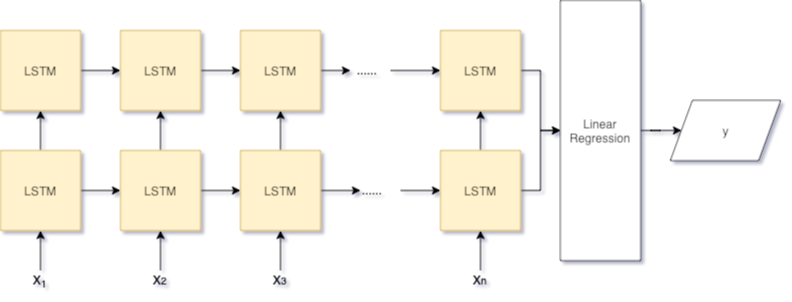
Above: Latex/lstm.png in louiswang01/deep-learning-for-futures-trading (draw.io), before the change. Source tidied: cells renumbered, new cells last; positions are measured from the earlier drawing's top-left corner, leaving out a move shared by most shapes. The source it was exported from:
```xml
<mxGraphModel>
  <root>
    <mxCell id="0" />
    <mxCell id="1" parent="0" />
    <mxCell id="2" style="edgeStyle=orthogonalEdgeStyle;rounded=0;jettySize=auto;html=1;exitX=0.5;exitY=0;exitDx=0;exitDy=0;entryX=0.5;entryY=1;entryDx=0;entryDy=0;" parent="1" edge="1" source="4" target="25">
      <mxGeometry relative="1" as="geometry" />
    </mxCell>
    <mxCell id="3" style="edgeStyle=orthogonalEdgeStyle;rounded=0;jettySize=auto;html=1;" parent="1" edge="1" source="4" target="9">
      <mxGeometry relative="1" as="geometry" />
    </mxCell>
    <mxCell id="4" value="LSTM" style="whiteSpace=wrap;html=1;fillColor=#fff2cc;strokeColor=#d6b656;" parent="1" vertex="1">
      <mxGeometry y="150" width="80" height="80" as="geometry" />
    </mxCell>
    <mxCell id="5" style="endArrow=classic;html=1;entryX=0.5;entryY=1;entryDx=0;entryDy=0;" parent="1" edge="1" target="4">
      <mxGeometry relative="1" as="geometry">
        <mxPoint x="40" y="270" as="sourcePoint" />
      </mxGeometry>
    </mxCell>
    <mxCell id="6" value="X&lt;sub&gt;1&lt;/sub&gt;" style="text;html=1;align=center;verticalAlign=top;spacingTop=-4;" parent="1" vertex="1">
      <mxGeometry x="25" y="270" width="30" height="20" as="geometry" />
    </mxCell>
    <mxCell id="7" style="edgeStyle=orthogonalEdgeStyle;rounded=0;jettySize=auto;html=1;entryX=0.5;entryY=1;entryDx=0;entryDy=0;" parent="1" edge="1" source="9" target="27">
      <mxGeometry relative="1" as="geometry" />
    </mxCell>
    <mxCell id="8" style="edgeStyle=orthogonalEdgeStyle;rounded=0;jettySize=auto;html=1;" parent="1" edge="1" source="9" target="14">
      <mxGeometry relative="1" as="geometry" />
    </mxCell>
    <mxCell id="9" value="LSTM" style="whiteSpace=wrap;html=1;fillColor=#fff2cc;strokeColor=#d6b656;" parent="1" vertex="1">
      <mxGeometry x="120" y="150" width="80" height="80" as="geometry" />
    </mxCell>
    <mxCell id="10" style="endArrow=classic;html=1;entryX=0.5;entryY=1;entryDx=0;entryDy=0;" parent="1" edge="1" target="9">
      <mxGeometry relative="1" as="geometry">
        <mxPoint x="160" y="270" as="sourcePoint" />
      </mxGeometry>
    </mxCell>
    <mxCell id="11" value="X&lt;font size=&quot;1&quot;&gt;2&lt;/font&gt;" style="text;html=1;points=[];align=center;verticalAlign=top;spacingTop=-4;" parent="1" vertex="1">
      <mxGeometry x="145" y="270" width="30" height="20" as="geometry" />
    </mxCell>
    <mxCell id="12" style="edgeStyle=orthogonalEdgeStyle;rounded=0;jettySize=auto;html=1;entryX=0.5;entryY=1;entryDx=0;entryDy=0;" parent="1" edge="1" source="14" target="29">
      <mxGeometry relative="1" as="geometry" />
    </mxCell>
    <mxCell id="13" style="edgeStyle=orthogonalEdgeStyle;rounded=0;jettySize=auto;html=1;" parent="1" edge="1" source="14">
      <mxGeometry relative="1" as="geometry">
        <mxPoint x="360" y="190" as="targetPoint" />
      </mxGeometry>
    </mxCell>
    <mxCell id="14" value="LSTM" style="whiteSpace=wrap;html=1;fillColor=#fff2cc;strokeColor=#d6b656;" parent="1" vertex="1">
      <mxGeometry x="240" y="150" width="80" height="80" as="geometry" />
    </mxCell>
    <mxCell id="15" style="endArrow=classic;html=1;entryX=0.5;entryY=1;entryDx=0;entryDy=0;" parent="1" edge="1" target="14">
      <mxGeometry relative="1" as="geometry">
        <mxPoint x="280" y="270" as="sourcePoint" />
      </mxGeometry>
    </mxCell>
    <mxCell id="16" value="X&lt;font size=&quot;1&quot;&gt;3&lt;/font&gt;" style="text;html=1;align=center;verticalAlign=top;spacingTop=-4;" parent="1" vertex="1">
      <mxGeometry x="265" y="270" width="30" height="20" as="geometry" />
    </mxCell>
    <mxCell id="17" style="edgeStyle=orthogonalEdgeStyle;rounded=0;jettySize=auto;html=1;entryX=0.5;entryY=1;entryDx=0;entryDy=0;" parent="1" edge="1" source="19" target="31">
      <mxGeometry relative="1" as="geometry" />
    </mxCell>
    <mxCell id="18" style="edgeStyle=orthogonalEdgeStyle;rounded=0;jettySize=auto;html=1;" parent="1" edge="1" source="19" target="23">
      <mxGeometry relative="1" as="geometry" />
    </mxCell>
    <mxCell id="19" value="LSTM" style="whiteSpace=wrap;html=1;fillColor=#fff2cc;strokeColor=#d6b656;" parent="1" vertex="1">
      <mxGeometry x="440" y="150" width="80" height="80" as="geometry" />
    </mxCell>
    <mxCell id="20" style="endArrow=classic;html=1;entryX=0.5;entryY=1;entryDx=0;entryDy=0;" parent="1" edge="1" target="19">
      <mxGeometry relative="1" as="geometry">
        <mxPoint x="480" y="270" as="sourcePoint" />
      </mxGeometry>
    </mxCell>
    <mxCell id="21" value="X&lt;font size=&quot;1&quot;&gt;n&lt;/font&gt;" style="text;html=1;align=center;verticalAlign=top;spacingTop=-4;" parent="1" vertex="1">
      <mxGeometry x="465" y="270" width="30" height="20" as="geometry" />
    </mxCell>
    <mxCell id="22" style="edgeStyle=orthogonalEdgeStyle;rounded=0;jettySize=auto;html=1;" parent="1" edge="1" source="23" target="32">
      <mxGeometry relative="1" as="geometry" />
    </mxCell>
    <mxCell id="23" value="Linear Regression" style="rounded=0;whiteSpace=wrap;html=1;align=center;" parent="1" vertex="1">
      <mxGeometry x="560" width="80" height="260" as="geometry" />
    </mxCell>
    <mxCell id="24" style="edgeStyle=orthogonalEdgeStyle;rounded=0;jettySize=auto;html=1;" parent="1" edge="1" source="25" target="27">
      <mxGeometry relative="1" as="geometry" />
    </mxCell>
    <mxCell id="25" value="LSTM" style="whiteSpace=wrap;html=1;fillColor=#fff2cc;strokeColor=#d6b656;" parent="1" vertex="1">
      <mxGeometry y="30" width="80" height="80" as="geometry" />
    </mxCell>
    <mxCell id="26" style="edgeStyle=orthogonalEdgeStyle;rounded=0;jettySize=auto;html=1;" parent="1" edge="1" source="27" target="29">
      <mxGeometry relative="1" as="geometry" />
    </mxCell>
    <mxCell id="27" value="LSTM" style="whiteSpace=wrap;html=1;fillColor=#fff2cc;strokeColor=#d6b656;" parent="1" vertex="1">
      <mxGeometry x="120" y="30" width="80" height="80" as="geometry" />
    </mxCell>
    <mxCell id="28" style="edgeStyle=orthogonalEdgeStyle;rounded=0;jettySize=auto;html=1;exitX=1;exitY=0.5;exitDx=0;exitDy=0;" parent="1" edge="1" source="29">
      <mxGeometry relative="1" as="geometry">
        <mxPoint x="350" y="70" as="targetPoint" />
      </mxGeometry>
    </mxCell>
    <mxCell id="29" value="LSTM" style="whiteSpace=wrap;html=1;fillColor=#fff2cc;strokeColor=#d6b656;" parent="1" vertex="1">
      <mxGeometry x="240" y="30" width="80" height="80" as="geometry" />
    </mxCell>
    <mxCell id="30" style="edgeStyle=orthogonalEdgeStyle;rounded=0;jettySize=auto;html=1;exitX=1;exitY=0.5;exitDx=0;exitDy=0;entryX=0;entryY=0.5;entryDx=0;entryDy=0;" parent="1" edge="1" source="31" target="23">
      <mxGeometry relative="1" as="geometry" />
    </mxCell>
    <mxCell id="31" value="LSTM" style="whiteSpace=wrap;html=1;fillColor=#fff2cc;strokeColor=#d6b656;" parent="1" vertex="1">
      <mxGeometry x="440" y="30" width="80" height="80" as="geometry" />
    </mxCell>
    <mxCell id="32" value="y" style="shape=parallelogram;perimeter=parallelogramPerimeter;whiteSpace=wrap;html=1;align=center;" parent="1" vertex="1">
      <mxGeometry x="670" y="100" width="110" height="60" as="geometry" />
    </mxCell>
    <mxCell id="33" style="edgeStyle=orthogonalEdgeStyle;rounded=0;jettySize=auto;html=1;entryX=0;entryY=0.5;entryDx=0;entryDy=0;" parent="1" edge="1" target="31">
      <mxGeometry relative="1" as="geometry">
        <mxPoint x="390" y="70" as="sourcePoint" />
      </mxGeometry>
    </mxCell>
    <mxCell id="34" style="edgeStyle=orthogonalEdgeStyle;rounded=0;jettySize=auto;html=1;entryX=0;entryY=0.5;entryDx=0;entryDy=0;" parent="1" edge="1" target="19">
      <mxGeometry relative="1" as="geometry">
        <mxPoint x="400" y="190" as="sourcePoint" />
      </mxGeometry>
    </mxCell>
    <mxCell id="35" value="......" style="text;html=1;align=left;verticalAlign=top;spacingTop=-4;" parent="1" vertex="1">
      <mxGeometry x="360" y="180" width="40" height="20" as="geometry" />
    </mxCell>
    <mxCell id="36" value="......" style="text;html=1;align=left;verticalAlign=top;spacingTop=-4;" parent="1" vertex="1">
      <mxGeometry x="355" y="60" width="40" height="20" as="geometry" />
    </mxCell>
  </root>
</mxGraphModel>
```
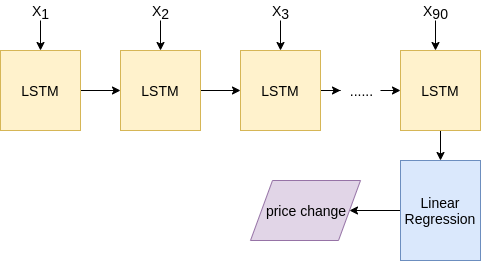
After the commit.

Diff of the diagram source:
```diff
@@ -2,126 +2,78 @@
   <root>
     <mxCell id="0" />
     <mxCell id="1" parent="0" />
-    <mxCell id="2" style="edgeStyle=orthogonalEdgeStyle;rounded=0;jettySize=auto;html=1;exitX=0.5;exitY=0;exitDx=0;exitDy=0;entryX=0.5;entryY=1;entryDx=0;entryDy=0;" parent="1" edge="1" source="4" target="25">
+    <mxCell id="2" style="edgeStyle=orthogonalEdgeStyle;rounded=0;jettySize=auto;html=1;fontSize=14;" parent="1" edge="1" source="3" target="7">
       <mxGeometry relative="1" as="geometry" />
     </mxCell>
-    <mxCell id="3" style="edgeStyle=orthogonalEdgeStyle;rounded=0;jettySize=auto;html=1;" parent="1" edge="1" source="4" target="9">
-      <mxGeometry relative="1" as="geometry" />
+    <mxCell id="3" value="LSTM" style="whiteSpace=wrap;html=1;fillColor=#fff2cc;strokeColor=#d6b656;fontSize=14;" parent="1" vertex="1">
+      <mxGeometry x="40" y="90" width="80" height="80" as="geometry" />
     </mxCell>
-    <mxCell id="4" value="LSTM" style="whiteSpace=wrap;html=1;fillColor=#fff2cc;strokeColor=#d6b656;" parent="1" vertex="1">
-      <mxGeometry y="150" width="80" height="80" as="geometry" />
+    <mxCell id="4" style="endArrow=classic;html=1;entryX=0.5;entryY=0;entryDx=0;entryDy=0;fontSize=14;" parent="1" edge="1" source="5" target="3">
+      <mxGeometry relative="1" as="geometry" />
     </mxCell>
-    <mxCell id="5" style="endArrow=classic;html=1;entryX=0.5;entryY=1;entryDx=0;entryDy=0;" parent="1" edge="1" target="4">
-      <mxGeometry relative="1" as="geometry">
-        <mxPoint x="40" y="270" as="sourcePoint" />
-      </mxGeometry>
+    <mxCell id="5" value="X&lt;span style=&quot;font-size: 14px;&quot;&gt;&lt;sub style=&quot;font-size: 14px;&quot;&gt;1&lt;/sub&gt;&lt;/span&gt;" style="text;html=1;points=[];align=center;verticalAlign=top;spacingTop=-4;fontSize=14;" parent="1" vertex="1">
+      <mxGeometry x="65" y="40" width="30" height="20" as="geometry" />
     </mxCell>
-    <mxCell id="6" value="X&lt;sub&gt;1&lt;/sub&gt;" style="text;html=1;align=center;verticalAlign=top;spacingTop=-4;" parent="1" vertex="1">
-      <mxGeometry x="25" y="270" width="30" height="20" as="geometry" />
+    <mxCell id="6" style="edgeStyle=orthogonalEdgeStyle;rounded=0;jettySize=auto;html=1;fontSize=14;" parent="1" edge="1" source="7" target="9">
+      <mxGeometry relative="1" as="geometry" />
     </mxCell>
-    <mxCell id="7" style="edgeStyle=orthogonalEdgeStyle;rounded=0;jettySize=auto;html=1;entryX=0.5;entryY=1;entryDx=0;entryDy=0;" parent="1" edge="1" source="9" target="27">
-      <mxGeometry relative="1" as="geometry" />
+    <mxCell id="7" value="LSTM" style="whiteSpace=wrap;html=1;fillColor=#fff2cc;strokeColor=#d6b656;fontSize=14;" parent="1" vertex="1">
+      <mxGeometry x="160" y="90" width="80" height="80" as="geometry" />
     </mxCell>
-    <mxCell id="8" style="edgeStyle=orthogonalEdgeStyle;rounded=0;jettySize=auto;html=1;" parent="1" edge="1" source="9" target="14">
-      <mxGeometry relative="1" as="geometry" />
+    <mxCell id="8" style="edgeStyle=orthogonalEdgeStyle;rounded=0;jettySize=auto;html=1;fontSize=14;" parent="1" edge="1" source="9">
+      <mxGeometry relative="1" as="geometry">
+        <mxPoint x="380" y="130" as="targetPoint" />
+      </mxGeometry>
     </mxCell>
-    <mxCell id="9" value="LSTM" style="whiteSpace=wrap;html=1;fillColor=#fff2cc;strokeColor=#d6b656;" parent="1" vertex="1">
-      <mxGeometry x="120" y="150" width="80" height="80" as="geometry" />
+    <mxCell id="9" value="LSTM" style="whiteSpace=wrap;html=1;fillColor=#fff2cc;strokeColor=#d6b656;fontSize=14;" parent="1" vertex="1">
+      <mxGeometry x="280" y="90" width="80" height="80" as="geometry" />
     </mxCell>
-    <mxCell id="10" style="endArrow=classic;html=1;entryX=0.5;entryY=1;entryDx=0;entryDy=0;" parent="1" edge="1" target="9">
-      <mxGeometry relative="1" as="geometry">
-        <mxPoint x="160" y="270" as="sourcePoint" />
-      </mxGeometry>
+    <mxCell id="10" style="edgeStyle=orthogonalEdgeStyle;rounded=0;jettySize=auto;html=1;fontSize=14;" parent="1" edge="1" source="11" target="13">
+      <mxGeometry relative="1" as="geometry" />
     </mxCell>
-    <mxCell id="11" value="X&lt;font size=&quot;1&quot;&gt;2&lt;/font&gt;" style="text;html=1;points=[];align=center;verticalAlign=top;spacingTop=-4;" parent="1" vertex="1">
-      <mxGeometry x="145" y="270" width="30" height="20" as="geometry" />
+    <mxCell id="11" value="LSTM" style="whiteSpace=wrap;html=1;fillColor=#fff2cc;strokeColor=#d6b656;fontSize=14;" parent="1" vertex="1">
+      <mxGeometry x="440" y="90" width="80" height="80" as="geometry" />
     </mxCell>
-    <mxCell id="12" style="edgeStyle=orthogonalEdgeStyle;rounded=0;jettySize=auto;html=1;entryX=0.5;entryY=1;entryDx=0;entryDy=0;" parent="1" edge="1" source="14" target="29">
+    <mxCell id="12" style="edgeStyle=orthogonalEdgeStyle;rounded=0;jettySize=auto;html=1;fontSize=14;" parent="1" edge="1" source="13" target="14">
       <mxGeometry relative="1" as="geometry" />
     </mxCell>
-    <mxCell id="13" style="edgeStyle=orthogonalEdgeStyle;rounded=0;jettySize=auto;html=1;" parent="1" edge="1" source="14">
-      <mxGeometry relative="1" as="geometry">
-        <mxPoint x="360" y="190" as="targetPoint" />
-      </mxGeometry>
+    <mxCell id="13" value="Linear Regression" style="rounded=0;whiteSpace=wrap;html=1;align=center;fontSize=14;fillColor=#dae8fc;strokeColor=#6c8ebf;" parent="1" vertex="1">
+      <mxGeometry x="440" y="200" width="80" height="100" as="geometry" />
     </mxCell>
-    <mxCell id="14" value="LSTM" style="whiteSpace=wrap;html=1;fillColor=#fff2cc;strokeColor=#d6b656;" parent="1" vertex="1">
-      <mxGeometry x="240" y="150" width="80" height="80" as="geometry" />
+    <mxCell id="14" value="price change" style="shape=parallelogram;perimeter=parallelogramPerimeter;whiteSpace=wrap;html=1;align=center;fontSize=14;labelBackgroundColor=none;fillColor=#e1d5e7;strokeColor=#9673a6;" parent="1" vertex="1">
+      <mxGeometry x="290" y="220" width="110" height="60" as="geometry" />
     </mxCell>
-    <mxCell id="15" style="endArrow=classic;html=1;entryX=0.5;entryY=1;entryDx=0;entryDy=0;" parent="1" edge="1" target="14">
+    <mxCell id="15" style="edgeStyle=orthogonalEdgeStyle;rounded=0;jettySize=auto;html=1;entryX=0;entryY=0.5;entryDx=0;entryDy=0;fontSize=14;" parent="1" edge="1" target="11">
       <mxGeometry relative="1" as="geometry">
-        <mxPoint x="280" y="270" as="sourcePoint" />
+        <mxPoint x="420" y="130" as="sourcePoint" />
       </mxGeometry>
     </mxCell>
-    <mxCell id="16" value="X&lt;font size=&quot;1&quot;&gt;3&lt;/font&gt;" style="text;html=1;align=center;verticalAlign=top;spacingTop=-4;" parent="1" vertex="1">
-      <mxGeometry x="265" y="270" width="30" height="20" as="geometry" />
+    <mxCell id="16" value="&amp;nbsp; ......" style="text;html=1;align=left;verticalAlign=top;spacingTop=-4;fontSize=14;" parent="1" vertex="1">
+      <mxGeometry x="380" y="120" width="50" height="20" as="geometry" />
     </mxCell>
-    <mxCell id="17" style="edgeStyle=orthogonalEdgeStyle;rounded=0;jettySize=auto;html=1;entryX=0.5;entryY=1;entryDx=0;entryDy=0;" parent="1" edge="1" source="19" target="31">
-      <mxGeometry relative="1" as="geometry" />
+    <mxCell id="17" style="endArrow=classic;html=1;entryX=0.5;entryY=0;entryDx=0;entryDy=0;fontSize=14;" parent="1" edge="1" source="18">
+      <mxGeometry relative="1" as="geometry">
+        <mxPoint x="200" y="90" as="targetPoint" />
+      </mxGeometry>
     </mxCell>
-    <mxCell id="18" style="edgeStyle=orthogonalEdgeStyle;rounded=0;jettySize=auto;html=1;" parent="1" edge="1" source="19" target="23">
-      <mxGeometry relative="1" as="geometry" />
+    <mxCell id="18" value="X&lt;span style=&quot;font-size: 14px;&quot;&gt;&lt;sub style=&quot;font-size: 14px;&quot;&gt;2&lt;/sub&gt;&lt;/span&gt;" style="text;html=1;points=[];align=center;verticalAlign=top;spacingTop=-4;fontSize=14;" parent="1" vertex="1">
+      <mxGeometry x="185" y="40" width="30" height="20" as="geometry" />
     </mxCell>
-    <mxCell id="19" value="LSTM" style="whiteSpace=wrap;html=1;fillColor=#fff2cc;strokeColor=#d6b656;" parent="1" vertex="1">
-      <mxGeometry x="440" y="150" width="80" height="80" as="geometry" />
+    <mxCell id="19" style="endArrow=classic;html=1;entryX=0.5;entryY=0;entryDx=0;entryDy=0;fontSize=14;" parent="1" edge="1" source="20">
+      <mxGeometry relative="1" as="geometry">
+        <mxPoint x="320" y="90" as="targetPoint" />
+      </mxGeometry>
     </mxCell>
-    <mxCell id="20" style="endArrow=classic;html=1;entryX=0.5;entryY=1;entryDx=0;entryDy=0;" parent="1" edge="1" target="19">
-      <mxGeometry relative="1" as="geometry">
-        <mxPoint x="480" y="270" as="sourcePoint" />
-      </mxGeometry>
+    <mxCell id="20" value="X&lt;span style=&quot;font-size: 14px;&quot;&gt;&lt;sub style=&quot;font-size: 14px;&quot;&gt;3&lt;/sub&gt;&lt;/span&gt;" style="text;html=1;points=[];align=center;verticalAlign=top;spacingTop=-4;fontSize=14;" parent="1" vertex="1">
+      <mxGeometry x="305" y="40" width="30" height="20" as="geometry" />
     </mxCell>
-    <mxCell id="21" value="X&lt;font size=&quot;1&quot;&gt;n&lt;/font&gt;" style="text;html=1;align=center;verticalAlign=top;spacingTop=-4;" parent="1" vertex="1">
-      <mxGeometry x="465" y="270" width="30" height="20" as="geometry" />
+    <mxCell id="21" style="endArrow=classic;html=1;entryX=0.5;entryY=0;entryDx=0;entryDy=0;fontSize=14;" parent="1" edge="1" source="22">
+      <mxGeometry relative="1" as="geometry">
+        <mxPoint x="475" y="90" as="targetPoint" />
+      </mxGeometry>
     </mxCell>
-    <mxCell id="22" style="edgeStyle=orthogonalEdgeStyle;rounded=0;jettySize=auto;html=1;" parent="1" edge="1" source="23" target="32">
-      <mxGeometry relative="1" as="geometry" />
+    <mxCell id="22" value="X&lt;span style=&quot;font-size: 14px;&quot;&gt;&lt;sub style=&quot;font-size: 14px;&quot;&gt;90&lt;/sub&gt;&lt;/span&gt;" style="text;html=1;points=[];align=center;verticalAlign=top;spacingTop=-4;fontSize=14;" parent="1" vertex="1">
+      <mxGeometry x="455" y="40" width="40" height="20" as="geometry" />
     </mxCell>
-    <mxCell id="23" value="Linear Regression" style="rounded=0;whiteSpace=wrap;html=1;align=center;" parent="1" vertex="1">
-      <mxGeometry x="560" width="80" height="260" as="geometry" />
-    </mxCell>
-    <mxCell id="24" style="edgeStyle=orthogonalEdgeStyle;rounded=0;jettySize=auto;html=1;" parent="1" edge="1" source="25" target="27">
-      <mxGeometry relative="1" as="geometry" />
-    </mxCell>
-    <mxCell id="25" value="LSTM" style="whiteSpace=wrap;html=1;fillColor=#fff2cc;strokeColor=#d6b656;" parent="1" vertex="1">
-      <mxGeometry y="30" width="80" height="80" as="geometry" />
-    </mxCell>
-    <mxCell id="26" style="edgeStyle=orthogonalEdgeStyle;rounded=0;jettySize=auto;html=1;" parent="1" edge="1" source="27" target="29">
-      <mxGeometry relative="1" as="geometry" />
-    </mxCell>
-    <mxCell id="27" value="LSTM" style="whiteSpace=wrap;html=1;fillColor=#fff2cc;strokeColor=#d6b656;" parent="1" vertex="1">
-      <mxGeometry x="120" y="30" width="80" height="80" as="geometry" />
-    </mxCell>
-    <mxCell id="28" style="edgeStyle=orthogonalEdgeStyle;rounded=0;jettySize=auto;html=1;exitX=1;exitY=0.5;exitDx=0;exitDy=0;" parent="1" edge="1" source="29">
-      <mxGeometry relative="1" as="geometry">
-        <mxPoint x="350" y="70" as="targetPoint" />
-      </mxGeometry>
-    </mxCell>
-    <mxCell id="29" value="LSTM" style="whiteSpace=wrap;html=1;fillColor=#fff2cc;strokeColor=#d6b656;" parent="1" vertex="1">
-      <mxGeometry x="240" y="30" width="80" height="80" as="geometry" />
-    </mxCell>
-    <mxCell id="30" style="edgeStyle=orthogonalEdgeStyle;rounded=0;jettySize=auto;html=1;exitX=1;exitY=0.5;exitDx=0;exitDy=0;entryX=0;entryY=0.5;entryDx=0;entryDy=0;" parent="1" edge="1" source="31" target="23">
-      <mxGeometry relative="1" as="geometry" />
-    </mxCell>
-    <mxCell id="31" value="LSTM" style="whiteSpace=wrap;html=1;fillColor=#fff2cc;strokeColor=#d6b656;" parent="1" vertex="1">
-      <mxGeometry x="440" y="30" width="80" height="80" as="geometry" />
-    </mxCell>
-    <mxCell id="32" value="y" style="shape=parallelogram;perimeter=parallelogramPerimeter;whiteSpace=wrap;html=1;align=center;" parent="1" vertex="1">
-      <mxGeometry x="670" y="100" width="110" height="60" as="geometry" />
-    </mxCell>
-    <mxCell id="33" style="edgeStyle=orthogonalEdgeStyle;rounded=0;jettySize=auto;html=1;entryX=0;entryY=0.5;entryDx=0;entryDy=0;" parent="1" edge="1" target="31">
-      <mxGeometry relative="1" as="geometry">
-        <mxPoint x="390" y="70" as="sourcePoint" />
-      </mxGeometry>
-    </mxCell>
-    <mxCell id="34" style="edgeStyle=orthogonalEdgeStyle;rounded=0;jettySize=auto;html=1;entryX=0;entryY=0.5;entryDx=0;entryDy=0;" parent="1" edge="1" target="19">
-      <mxGeometry relative="1" as="geometry">
-        <mxPoint x="400" y="190" as="sourcePoint" />
-      </mxGeometry>
-    </mxCell>
-    <mxCell id="35" value="......" style="text;html=1;align=left;verticalAlign=top;spacingTop=-4;" parent="1" vertex="1">
-      <mxGeometry x="360" y="180" width="40" height="20" as="geometry" />
-    </mxCell>
-    <mxCell id="36" value="......" style="text;html=1;align=left;verticalAlign=top;spacingTop=-4;" parent="1" vertex="1">
-      <mxGeometry x="355" y="60" width="40" height="20" as="geometry" />
-    </mxCell>
   </root>
 </mxGraphModel>
```
